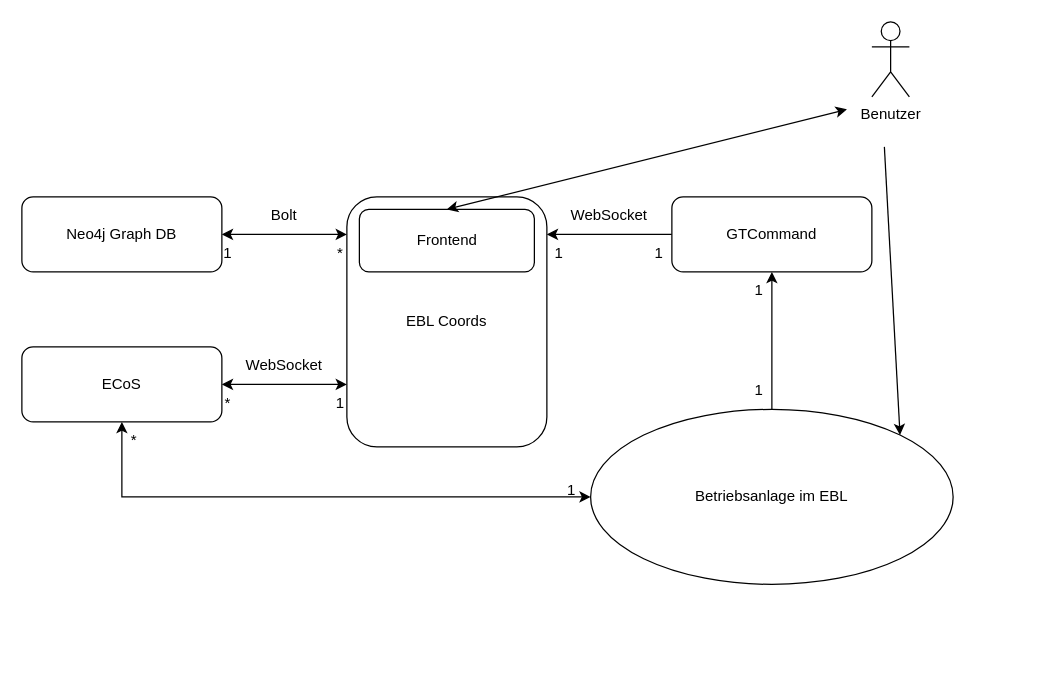
Earlier version of the draw.io diagram structural/structure_ebl_coords.drawio (pascalreiss/draw_io_stuff). Source tidied: cells renumbered, new cells numbered last; positions are measured from the earlier drawing's top-left corner, leaving out a move shared by most shapes. Both pictures are drawn from the tidied source at 125%, with x=0, y=0 at pixel (21, 21).
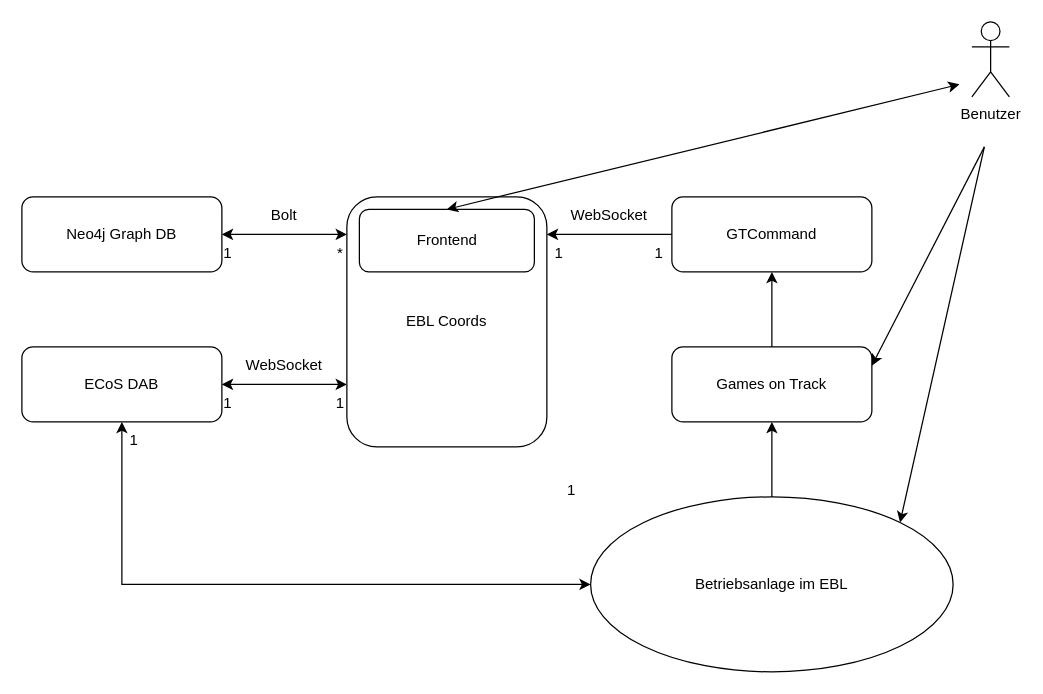
The same page after the edit.

The change refers to these unchanged cells:
```xml
<mxCell id="3" style="group;" parent="1" vertex="1">
  <mxGeometry y="260" width="160" height="60" as="geometry" />
</mxCell>
<mxCell id="4" style="rounded=1;whiteSpace=wrap;html=1;" parent="3" vertex="1">
  <mxGeometry width="160" height="60" as="geometry" />
</mxCell>
<mxCell id="10" style="rounded=1;whiteSpace=wrap;html=1;" parent="9" vertex="1">
  <mxGeometry width="140" height="50" as="geometry" />
</mxCell>
<mxCell id="17" style="rounded=1;whiteSpace=wrap;html=1;" parent="16" vertex="1">
  <mxGeometry width="160" height="60" as="geometry" />
</mxCell>
```

What changed in the source:
```diff
@@
-    <mxCell id="5" value="ECoS" style="text;html=1;strokeColor=none;fillColor=none;align=center;verticalAlign=middle;whiteSpace=wrap;rounded=0;" parent="3" vertex="1">
-      <mxGeometry x="50" y="25.5" width="60" height="9" as="geometry" />
+    <mxCell id="5" value="ECoS DAB" style="text;html=1;strokeColor=none;fillColor=none;align=center;verticalAlign=middle;whiteSpace=wrap;rounded=0;" parent="3" vertex="1">
+      <mxGeometry x="40" y="25.5" width="80" height="9" as="geometry" />
     </mxCell>
@@
     <mxCell id="21" value="Benutzer" style="shape=umlActor;verticalLabelPosition=bottom;verticalAlign=top;html=1;" parent="1" vertex="1">
-      <mxGeometry x="680" width="30" height="60" as="geometry" />
+      <mxGeometry x="760" width="30" height="60" as="geometry" />
     </mxCell>
     <mxCell id="22" style="endArrow=classic;startArrow=classic;html=1;rounded=0;entryX=0.5;entryY=0;entryDx=0;entryDy=0;" parent="1" edge="1" target="10">
       <mxGeometry relative="1" as="geometry">
-        <mxPoint x="660" y="70" as="sourcePoint" />
+        <mxPoint x="750" y="50" as="sourcePoint" />
       </mxGeometry>
     </mxCell>
@@
-    <mxCell id="28" value="*" style="text;html=1;align=center;verticalAlign=middle;whiteSpace=wrap;rounded=0;" parent="1" vertex="1">
+    <mxCell id="28" value="1" style="text;html=1;align=center;verticalAlign=middle;whiteSpace=wrap;rounded=0;" parent="1" vertex="1">
       <mxGeometry x="150" y="290" width="30" height="30" as="geometry" />
     </mxCell>
     <mxCell id="29" value="Betriebsanlage im EBL" style="ellipse;whiteSpace=wrap;html=1;" parent="1" vertex="1">
-      <mxGeometry x="455" y="310" width="290" height="140" as="geometry" />
+      <mxGeometry x="455" y="380" width="290" height="140" as="geometry" />
     </mxCell>
     <mxCell id="30" style="endArrow=classic;startArrow=classic;html=1;rounded=0;exitX=0.5;exitY=1;exitDx=0;exitDy=0;entryX=0;entryY=0.5;entryDx=0;entryDy=0;" parent="1" edge="1" source="4" target="29">
       <mxGeometry relative="1" as="geometry">
         <Array as="points">
-          <mxPoint x="80" y="380" />
+          <mxPoint x="80" y="450" />
         </Array>
       </mxGeometry>
     </mxCell>
-    <mxCell id="31" style="endArrow=classic;html=1;rounded=0;entryX=0.5;entryY=1;entryDx=0;entryDy=0;exitX=0.5;exitY=0;exitDx=0;exitDy=0;" parent="1" edge="1" source="29" target="17">
+    <mxCell id="31" style="endArrow=classic;html=1;rounded=0;exitX=0.5;exitY=0;exitDx=0;exitDy=0;" parent="1" edge="1" source="29" target="37">
       <mxGeometry relative="1" as="geometry" />
     </mxCell>
@@
-    <mxCell id="33" value="*" style="text;html=1;align=center;verticalAlign=middle;whiteSpace=wrap;rounded=0;" parent="1" vertex="1">
+    <mxCell id="33" value="1" style="text;html=1;align=center;verticalAlign=middle;whiteSpace=wrap;rounded=0;" parent="1" vertex="1">
       <mxGeometry x="60" y="320" width="60" height="30" as="geometry" />
     </mxCell>
-    <mxCell id="34" value="1" style="text;html=1;align=center;verticalAlign=middle;whiteSpace=wrap;rounded=0;" parent="1" vertex="1">
-      <mxGeometry x="560" y="280" width="60" height="30" as="geometry" />
-    </mxCell>
-    <mxCell id="35" value="1" style="text;html=1;align=center;verticalAlign=middle;whiteSpace=wrap;rounded=0;" parent="1" vertex="1">
-      <mxGeometry x="560" y="200" width="60" height="30" as="geometry" />
-    </mxCell>
     <mxCell id="36" style="endArrow=classic;html=1;rounded=0;entryX=1;entryY=0;entryDx=0;entryDy=0;" parent="1" edge="1" target="29">
       <mxGeometry relative="1" as="geometry">
-        <mxPoint x="690" y="100" as="sourcePoint" />
+        <mxPoint x="770" y="100" as="sourcePoint" />
       </mxGeometry>
     </mxCell>
+    <mxCell id="37" value="Games on Track" style="rounded=1;whiteSpace=wrap;html=1;" parent="1" vertex="1">
+      <mxGeometry x="520" y="260" width="160" height="60" as="geometry" />
+    </mxCell>
+    <mxCell id="38" style="endArrow=classic;html=1;rounded=0;entryX=1;entryY=0.25;entryDx=0;entryDy=0;" parent="1" edge="1" target="37">
+      <mxGeometry relative="1" as="geometry">
+        <mxPoint x="770" y="100" as="sourcePoint" />
+      </mxGeometry>
+    </mxCell>
+    <mxCell id="39" style="endArrow=classic;html=1;rounded=0;" parent="1" edge="1" source="37" target="17">
+      <mxGeometry relative="1" as="geometry" />
+    </mxCell>
```
